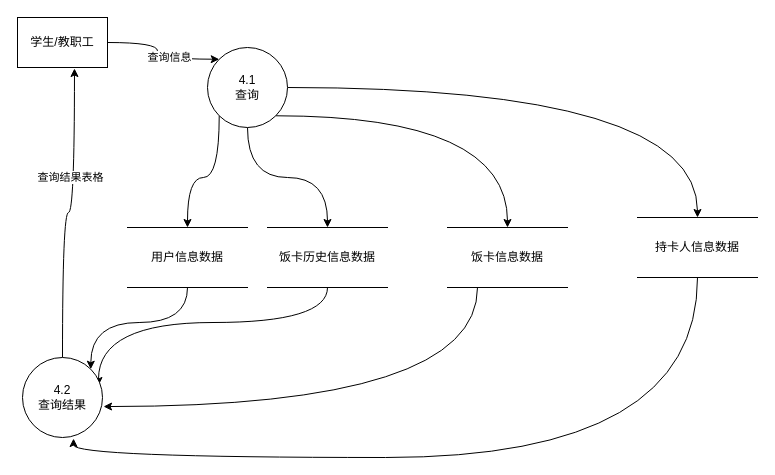
Earlier version of the draw.io diagram 查询.drawio (MyBozai/Java). Source tidied: cells renumbered, new cells numbered last; positions are measured from the earlier drawing's top-left corner, leaving out a move shared by most shapes. Both pictures are drawn from the tidied source at 100%, with x=0, y=0 at pixel (17, 17).
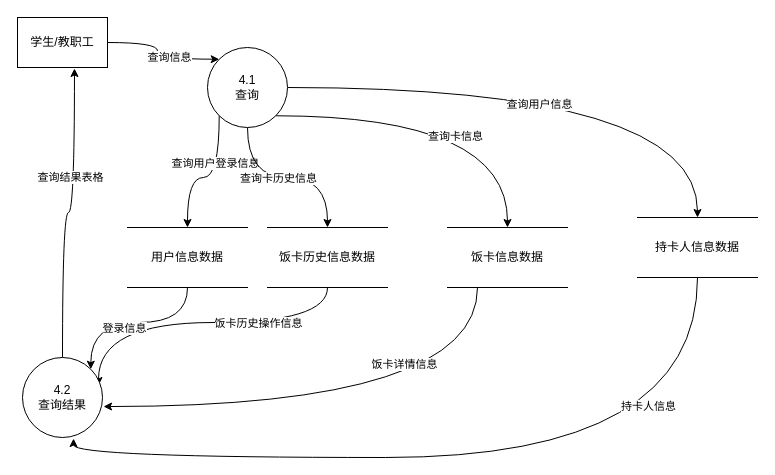
Above is the later version.

The change refers to these unchanged cells:
```xml
<mxCell id="5" style="edgeStyle=orthogonalEdgeStyle;curved=1;rounded=0;jettySize=auto;html=1;exitX=0.25;exitY=1;exitDx=0;exitDy=0;entryX=1.013;entryY=0.613;entryDx=0;entryDy=0;entryPerimeter=0;" parent="1" edge="1" source="6" target="16">
  <mxGeometry relative="1" as="geometry" />
</mxCell>
<mxCell id="7" style="edgeStyle=orthogonalEdgeStyle;curved=1;rounded=0;jettySize=auto;html=1;exitX=0.5;exitY=1;exitDx=0;exitDy=0;entryX=0.95;entryY=0.35;entryDx=0;entryDy=0;entryPerimeter=0;" parent="1" edge="1" source="8" target="16">
  <mxGeometry relative="1" as="geometry" />
</mxCell>
<mxCell id="9" style="edgeStyle=orthogonalEdgeStyle;curved=1;rounded=0;jettySize=auto;html=1;exitX=0;exitY=1;exitDx=0;exitDy=0;" parent="1" edge="1" source="13" target="18">
  <mxGeometry relative="1" as="geometry" />
</mxCell>
<mxCell id="10" style="edgeStyle=orthogonalEdgeStyle;curved=1;rounded=0;jettySize=auto;html=1;exitX=0.5;exitY=1;exitDx=0;exitDy=0;entryX=0.5;entryY=0;entryDx=0;entryDy=0;" parent="1" edge="1" source="13" target="8">
  <mxGeometry relative="1" as="geometry" />
</mxCell>
<mxCell id="11" style="edgeStyle=orthogonalEdgeStyle;curved=1;rounded=0;jettySize=auto;html=1;exitX=1;exitY=1;exitDx=0;exitDy=0;" parent="1" edge="1" source="13" target="6">
  <mxGeometry relative="1" as="geometry" />
</mxCell>
<mxCell id="13" value="4.1&lt;br&gt;查询" style="ellipse;whiteSpace=wrap;html=1;" parent="1" vertex="1">
  <mxGeometry x="190" y="30" width="80" height="80" as="geometry" />
</mxCell>
<mxCell id="17" style="edgeStyle=orthogonalEdgeStyle;curved=1;rounded=0;jettySize=auto;html=1;exitX=0.5;exitY=1;exitDx=0;exitDy=0;entryX=1;entryY=0;entryDx=0;entryDy=0;" parent="1" edge="1" source="18" target="16">
  <mxGeometry relative="1" as="geometry" />
</mxCell>
<mxCell id="19" style="edgeStyle=orthogonalEdgeStyle;curved=1;rounded=0;jettySize=auto;html=1;exitX=0.5;exitY=1;exitDx=0;exitDy=0;entryX=0.638;entryY=1.013;entryDx=0;entryDy=0;entryPerimeter=0;" parent="1" edge="1" source="20" target="16">
  <mxGeometry relative="1" as="geometry" />
</mxCell>
<mxCell id="20" value="持卡人信息数据" style="shape=partialRectangle;whiteSpace=wrap;html=1;left=0;right=0;fillColor=none;" parent="1" vertex="1">
  <mxGeometry x="620" y="200" width="120" height="60" as="geometry" />
</mxCell>
```

The edit, as a diff of the source:
```diff
@@
+    <mxCell id="21" value="饭卡详情信息" style="edgeLabel;html=1;align=center;verticalAlign=middle;" parent="5" vertex="1">
+      <mxGeometry x="-0.22" y="-43" relative="1" as="geometry" />
+    </mxCell>
@@
+    <mxCell id="22" value="饭卡历史操作信息" style="edgeLabel;html=1;align=center;verticalAlign=middle;" parent="7" vertex="1">
+      <mxGeometry x="-0.36" relative="1" as="geometry" />
+    </mxCell>
@@
+    <mxCell id="23" value="查询用户登录信息" style="edgeLabel;html=1;align=center;verticalAlign=middle;" parent="9" vertex="1">
+      <mxGeometry x="-0.35" y="-4" relative="1" as="geometry" />
+    </mxCell>
@@
+    <mxCell id="24" value="查询卡历史信息" style="edgeLabel;html=1;align=center;verticalAlign=middle;" parent="10" vertex="1">
+      <mxGeometry x="-0.11" relative="1" as="geometry" />
+    </mxCell>
@@
+    <mxCell id="25" value="查询卡信息" style="edgeLabel;html=1;align=center;verticalAlign=middle;" parent="11" vertex="1">
+      <mxGeometry x="0.04" y="-20" relative="1" as="geometry" />
+    </mxCell>
-    <mxCell id="12" style="edgeStyle=orthogonalEdgeStyle;curved=1;rounded=0;jettySize=auto;html=1;exitX=1;exitY=0.5;exitDx=0;exitDy=0;" parent="1" edge="1" source="13" target="20">
+    <mxCell id="12" style="edgeStyle=orthogonalEdgeStyle;curved=1;rounded=0;jettySize=auto;html=1;exitX=1;exitY=0.5;exitDx=0;exitDy=0;entryX=0.5;entryY=0;entryDx=0;entryDy=0;" parent="1" edge="1" source="13" target="20">
       <mxGeometry relative="1" as="geometry" />
     </mxCell>
+    <mxCell id="26" value="查询用户信息" style="edgeLabel;html=1;align=center;verticalAlign=middle;" parent="12" vertex="1">
+      <mxGeometry x="-0.07" y="-16" relative="1" as="geometry" />
+    </mxCell>
@@
+    <mxCell id="27" value="登录信息" style="edgeLabel;html=1;align=center;verticalAlign=middle;" parent="17" vertex="1">
+      <mxGeometry x="0.11" y="5" relative="1" as="geometry" />
+    </mxCell>
@@
+    <mxCell id="28" value="持卡人信息" style="edgeLabel;html=1;align=center;verticalAlign=middle;" parent="19" vertex="1">
+      <mxGeometry x="-0.44" y="-52" relative="1" as="geometry" />
+    </mxCell>
```
